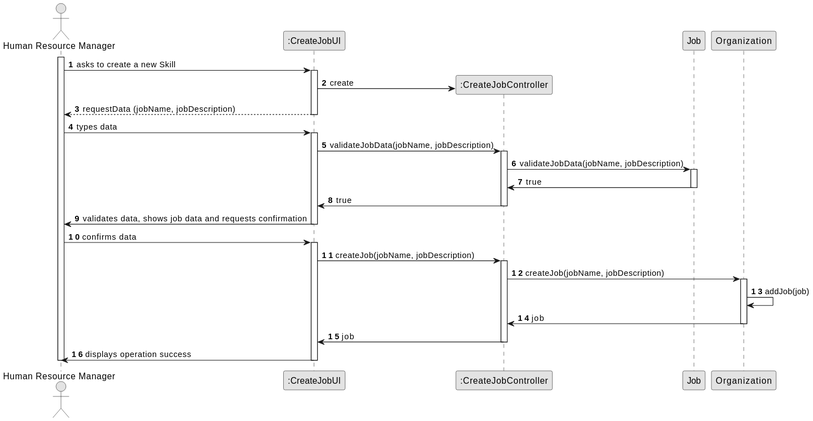
This is docs/sprintB/us02/03.design/svg/us02-sequence-diagram-full.svg from Paulo-Pereira-at-ISEP/lei-24-s2-1nanb-g321, a PlantUML export, as it was before one commit.
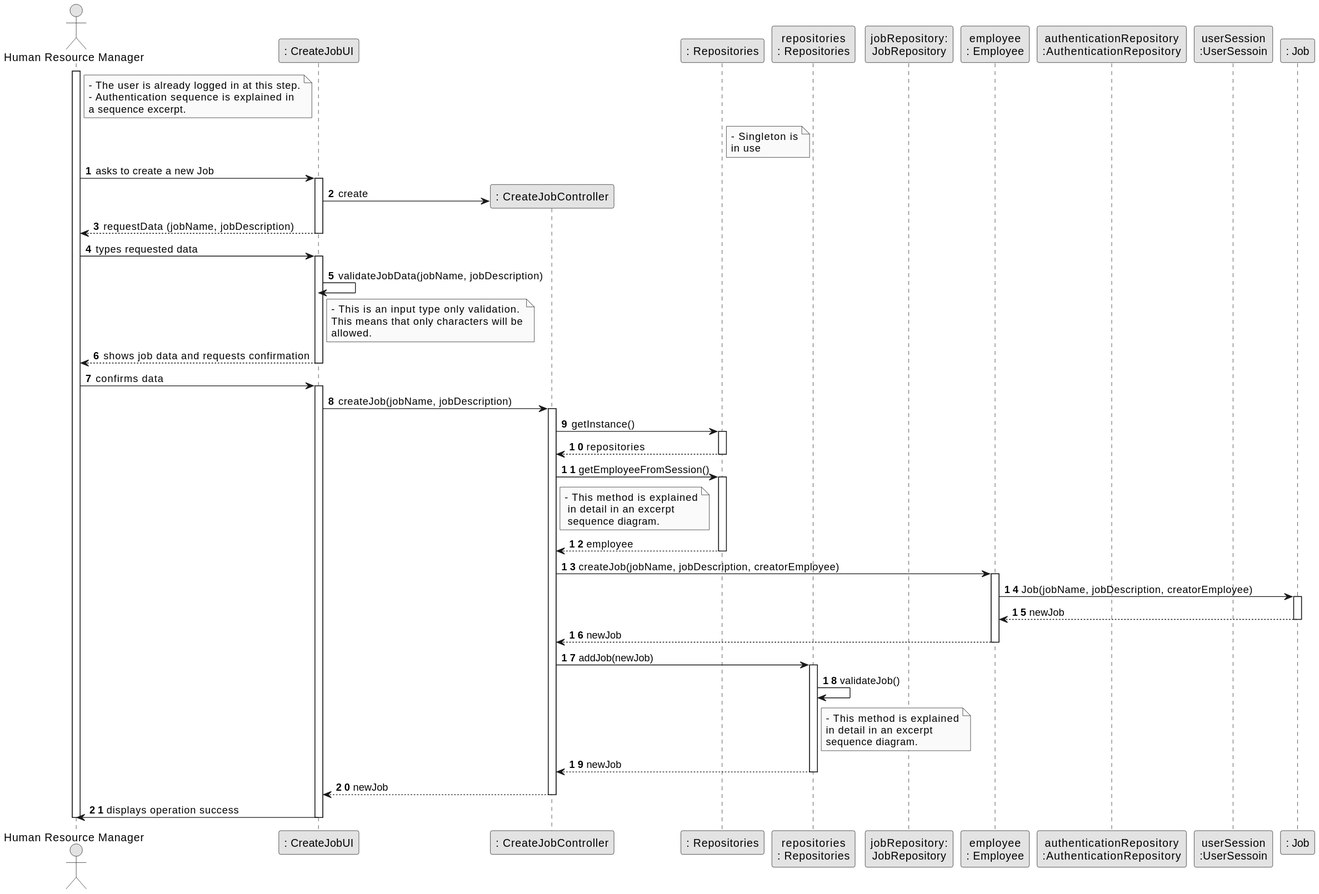
After the commit.

Commit message:
LGGPM-117 - US02 - Design - Sequence diagram update(full, validateJob, getEmployee)

Change to the diagram source:
```diff
@@ -7,65 +7,126 @@
 
 
 actor "Human Resource Manager" as HRM
-participant ":CreateJobUI" as UI
-participant ":CreateJobController" as CTRL
-participant "Job" as JOB
-participant "Organization" as ORG
+participant ": CreateJobUI" as UI
+participant ": CreateJobController" as CTRL
+participant ": Repositories" as ORG_SINGLETON
+participant "repositories\n: Repositories" as ORG_INSTANCE
+participant "jobRepository:\nJobRepository" as JOB_REPO_INSTANCE
+participant "employee\n: Employee" as MNGR
+participant "authenticationRepository\n:AuthenticationRepository" as AUTH_REPO
+participant "userSession\n:UserSessoin" as USR_SESSION
+participant ": Job" as JOB
+
+
+note right of HRM
+    - The user is already logged in at this step.
+    - Authentication sequence is explained in
+    a sequence excerpt.
+end note
+
+note right of ORG_SINGLETON
+    - Singleton is
+    in use
+end note
+
 
 activate HRM
 
-        HRM -> UI : asks to create a new Skill
+        HRM -> UI : asks to create a new Job
 
         activate UI
             UI -> CTRL** : create
 
-            UI --> HRM : requestData (jobName, jobDescription)
-deactivate UI
 
 
-            HRM -> UI : types data
-activate UI
 
-            UI -> CTRL : validateJobData(jobName, jobDescription)
+            UI --> HRM : requestData (jobName, jobDescription)
+        deactivate UI
+
+        HRM -> UI : types requested data
+
+        activate UI
+
+            UI -> UI : validateJobData(jobName, jobDescription)
+
+                note right of UI
+                    - This is an input type only validation.
+                    This means that only characters will be
+                    allowed.
+                end note
+
+
+            deactivate CTRL
+
+            UI --> HRM : shows job data and requests confirmation
+
+        deactivate UI
+
+            HRM -> UI : confirms data
+
+        activate UI
+
+            UI -> CTRL : createJob(jobName, jobDescription)
+
+
             activate CTRL
 
+                CTRL -> ORG_SINGLETON : getInstance()
 
-                CTRL -> JOB : validateJobData(jobName, jobDescription)
+                activate ORG_SINGLETON
+
+                    ORG_SINGLETON --> CTRL : repositories
+
+                deactivate ORG_SINGLETON
+
+                CTRL -> ORG_SINGLETON : getEmployeeFromSession()
+
+                                note right of CTRL
+                                    - This method is explained
+                                     in detail in an excerpt
+                                     sequence diagram.
+                                end note
+
+                activate ORG_SINGLETON
+
+                ORG_SINGLETON --> CTRL : employee
+
+                deactivate ORG_SINGLETON
+
+                CTRL -> MNGR : createJob(jobName, jobDescription, creatorEmployee)
+
+                activate MNGR
+
+                MNGR -> JOB : Job(jobName, jobDescription, creatorEmployee)
 
                 activate JOB
 
-                    JOB -> CTRL : true
+                JOB --> MNGR : newJob
 
                 deactivate JOB
 
-                CTRL -> UI : true
+                MNGR --> CTRL : newJob
 
-                deactivate CTRL
+                deactivate MNGR
 
-                UI -> HRM : validates data, shows job data and requests confirmation
+                CTRL -> ORG_INSTANCE : addJob(newJob)
 
+                activate ORG_INSTANCE
 
+                ORG_INSTANCE -> ORG_INSTANCE : validateJob()
 
-        deactivate UI
+                note right of ORG_INSTANCE
+                - This method is explained
+                in detail in an excerpt
+                sequence diagram.
+                end note
 
+                ORG_INSTANCE --> CTRL : newJob
 
-    HRM -> UI : confirms data
-    activate UI
+                deactivate ORG_INSTANCE
 
-        UI -> CTRL : createJob(jobName, jobDescription)
-        activate CTRL
+            CTRL --> UI : newJob
 
-            CTRL -> ORG : createJob(jobName, jobDescription)
-
-            activate ORG
-
-                ORG -> ORG : addJob(job)
-
-                ORG -> CTRL : job
-
-            deactivate ORG
-
-            CTRL -> UI : job
 
         deactivate CTRL
 
```
